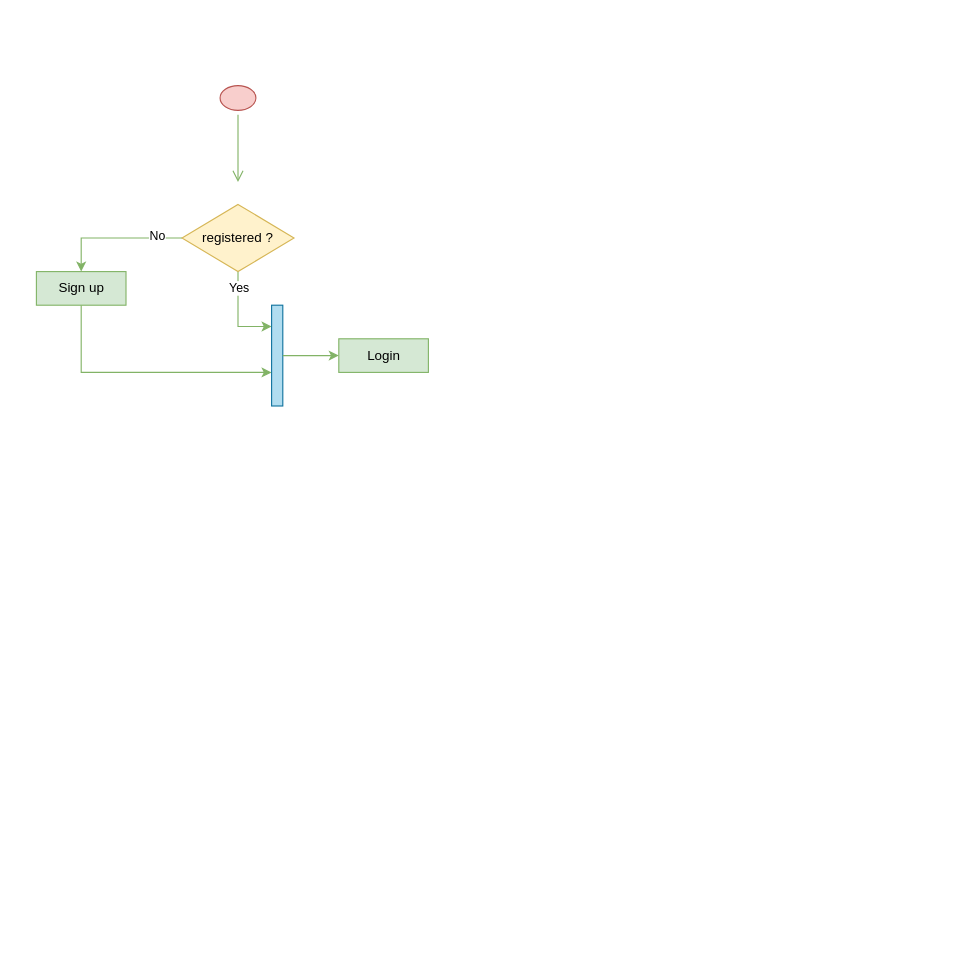
Before: activity_analyst_GBSD.drawio in mabdulrafea101/sohaib_fyp_docs, a draw.io diagram. Source tidied: cells renumbered, new cells numbered last; positions are measured from the earlier drawing's top-left corner, leaving out a move shared by most shapes. Both pictures are drawn from the tidied source at 112%, with x=0, y=0 at pixel (36, 81).
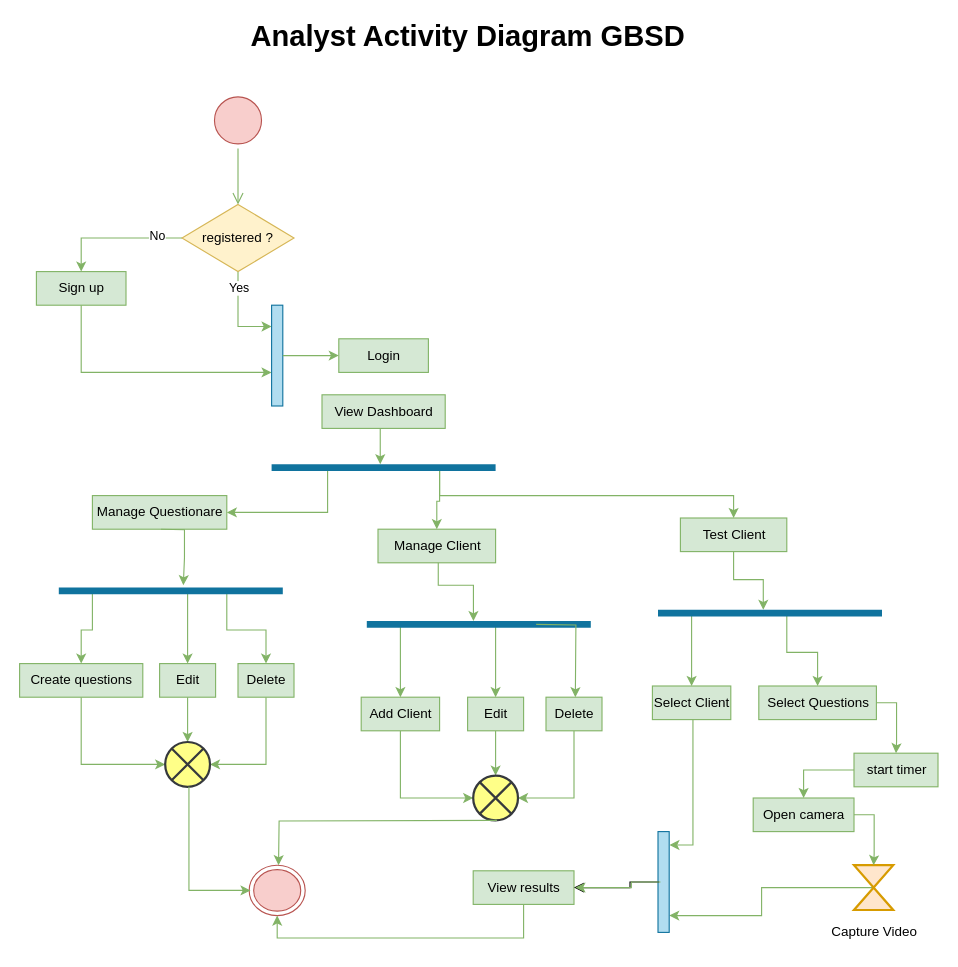
The same diagram, later.

The change refers to these unchanged cells:
```xml
<mxCell id="8" value="registered ?" style="rhombus;whiteSpace=wrap;html=1;fillColor=#fff2cc;strokeColor=#d6b656;" parent="1" vertex="1">
  <mxGeometry x="130" y="110" width="100" height="60" as="geometry" />
</mxCell>
```

The edit, as a diff of the source:
```diff
@@
     <mxCell id="2" style="ellipse;html=1;shape=startState;fillColor=#f8cecc;strokeColor=#b85450;" parent="1" vertex="1">
-      <mxGeometry x="160" width="40" height="30" as="geometry" />
+      <mxGeometry x="155" y="10" width="50" height="50" as="geometry" />
     </mxCell>
-    <mxCell id="3" style="edgeStyle=orthogonalEdgeStyle;html=1;verticalAlign=bottom;endArrow=open;endSize=8;strokeColor=#82b366;rounded=0;fillColor=#d5e8d4;" parent="1" edge="1" source="2">
-      <mxGeometry relative="1" as="geometry">
-        <mxPoint x="180" y="90" as="targetPoint" />
-        <Array as="points">
-          <mxPoint x="180" y="80" />
-        </Array>
-      </mxGeometry>
+    <mxCell id="3" style="edgeStyle=orthogonalEdgeStyle;html=1;verticalAlign=bottom;endArrow=open;endSize=8;strokeColor=#82b366;rounded=0;fillColor=#d5e8d4;exitX=0.5;exitY=1;exitDx=0;exitDy=0;entryX=0.5;entryY=0;entryDx=0;entryDy=0;" parent="1" edge="1" source="2" target="8">
+      <mxGeometry relative="1" as="geometry" />
     </mxCell>
@@
+    <mxCell id="14" style="edgeStyle=orthogonalEdgeStyle;rounded=0;jettySize=auto;html=1;exitX=0.5;exitY=1;exitDx=0;exitDy=0;entryX=0.485;entryY=0.2;entryDx=0;entryDy=0;entryPerimeter=0;fillColor=#d5e8d4;strokeColor=#82b366;" parent="1" edge="1" source="15" target="32">
+      <mxGeometry relative="1" as="geometry" />
+    </mxCell>
+    <mxCell id="15" value="View Dashboard" style="html=1;dashed=0;whitespace=wrap;fillColor=#d5e8d4;strokeColor=#82b366;" parent="1" vertex="1">
+      <mxGeometry x="255" y="280" width="110" height="30" as="geometry" />
+    </mxCell>
+    <mxCell id="16" value="Manage Questionare" style="html=1;dashed=0;whitespace=wrap;fillColor=#d5e8d4;strokeColor=#82b366;" parent="1" vertex="1">
+      <mxGeometry x="50" y="370" width="120" height="30" as="geometry" />
+    </mxCell>
+    <mxCell id="17" style="ellipse;html=1;shape=endState;fillColor=#f8cecc;strokeColor=#b85450;" parent="1" vertex="1">
+      <mxGeometry x="190" y="700" width="50" height="45" as="geometry" />
+    </mxCell>
+    <mxCell id="18" style="edgeStyle=orthogonalEdgeStyle;rounded=0;jettySize=auto;html=1;exitX=0.25;exitY=0.5;exitDx=0;exitDy=0;exitPerimeter=0;fillColor=#d5e8d4;strokeColor=#82b366;" parent="1" edge="1" source="21">
+      <mxGeometry relative="1" as="geometry">
+        <mxPoint x="40" y="520" as="targetPoint" />
+        <Array as="points">
+          <mxPoint x="50" y="455" />
+          <mxPoint x="50" y="490" />
+          <mxPoint x="40" y="490" />
+        </Array>
+      </mxGeometry>
+    </mxCell>
+    <mxCell id="19" style="edgeStyle=orthogonalEdgeStyle;rounded=0;jettySize=auto;html=1;exitX=0.75;exitY=0.5;exitDx=0;exitDy=0;exitPerimeter=0;entryX=0.5;entryY=0;entryDx=0;entryDy=0;fillColor=#d5e8d4;strokeColor=#82b366;" parent="1" edge="1" source="21" target="27">
+      <mxGeometry relative="1" as="geometry" />
+    </mxCell>
+    <mxCell id="20" style="edgeStyle=orthogonalEdgeStyle;rounded=0;jettySize=auto;html=1;exitX=0.25;exitY=0.5;exitDx=0;exitDy=0;exitPerimeter=0;entryX=0.5;entryY=0;entryDx=0;entryDy=0;fillColor=#d5e8d4;strokeColor=#82b366;" parent="1" edge="1" source="21" target="25">
+      <mxGeometry relative="1" as="geometry">
+        <Array as="points">
+          <mxPoint x="135" y="455" />
+        </Array>
+      </mxGeometry>
+    </mxCell>
+    <mxCell id="21" style="shape=line;html=1;strokeWidth=6;strokeColor=#10739e;fillColor=#b1ddf0;" parent="1" vertex="1">
+      <mxGeometry x="20" y="450" width="200" height="10" as="geometry" />
+    </mxCell>
+    <mxCell id="22" style="edgeStyle=orthogonalEdgeStyle;rounded=0;jettySize=auto;html=1;exitX=0.5;exitY=1;exitDx=0;exitDy=0;entryX=0;entryY=0.5;entryDx=0;entryDy=0;entryPerimeter=0;fillColor=#d5e8d4;strokeColor=#82b366;" parent="1" edge="1" source="23" target="28">
+      <mxGeometry relative="1" as="geometry" />
+    </mxCell>
+    <mxCell id="23" value="Create questions" style="html=1;dashed=0;whitespace=wrap;fillColor=#d5e8d4;strokeColor=#82b366;" parent="1" vertex="1">
+      <mxGeometry x="-15" y="520" width="110" height="30" as="geometry" />
+    </mxCell>
+    <mxCell id="24" style="edgeStyle=orthogonalEdgeStyle;rounded=0;jettySize=auto;html=1;exitX=0.5;exitY=1;exitDx=0;exitDy=0;entryX=0.5;entryY=0;entryDx=0;entryDy=0;entryPerimeter=0;fillColor=#d5e8d4;strokeColor=#82b366;" parent="1" edge="1" source="25" target="28">
+      <mxGeometry relative="1" as="geometry" />
+    </mxCell>
+    <mxCell id="25" value="Edit" style="html=1;dashed=0;whitespace=wrap;fillColor=#d5e8d4;strokeColor=#82b366;" parent="1" vertex="1">
+      <mxGeometry x="110" y="520" width="50" height="30" as="geometry" />
+    </mxCell>
+    <mxCell id="26" style="edgeStyle=orthogonalEdgeStyle;rounded=0;jettySize=auto;html=1;exitX=0.5;exitY=1;exitDx=0;exitDy=0;entryX=1;entryY=0.5;entryDx=0;entryDy=0;entryPerimeter=0;fillColor=#d5e8d4;strokeColor=#82b366;" parent="1" edge="1" source="27" target="28">
+      <mxGeometry relative="1" as="geometry" />
+    </mxCell>
+    <mxCell id="27" value="Delete" style="html=1;dashed=0;whitespace=wrap;fillColor=#d5e8d4;strokeColor=#82b366;" parent="1" vertex="1">
+      <mxGeometry x="180" y="520" width="50" height="30" as="geometry" />
+    </mxCell>
+    <mxCell id="28" style="html=1;shape=mxgraph.sysml.flowFinal;strokeWidth=2;verticalLabelPosition=bottom;verticalAlignment=top;fillColor=#ffff88;strokeColor=#36393d;" parent="1" vertex="1">
+      <mxGeometry x="115" y="590" width="40" height="40" as="geometry" />
+    </mxCell>
+    <mxCell id="29" style="edgeStyle=orthogonalEdgeStyle;rounded=0;jettySize=auto;html=1;exitX=0.25;exitY=0.5;exitDx=0;exitDy=0;exitPerimeter=0;entryX=1;entryY=0.5;entryDx=0;entryDy=0;fillColor=#d5e8d4;strokeColor=#82b366;" parent="1" edge="1" source="32" target="16">
+      <mxGeometry relative="1" as="geometry">
+        <Array as="points">
+          <mxPoint x="260" y="385" />
+        </Array>
+      </mxGeometry>
+    </mxCell>
+    <mxCell id="30" style="edgeStyle=orthogonalEdgeStyle;rounded=0;jettySize=auto;html=1;exitX=0.75;exitY=0.5;exitDx=0;exitDy=0;exitPerimeter=0;entryX=0.5;entryY=0;entryDx=0;entryDy=0;fillColor=#d5e8d4;strokeColor=#82b366;" parent="1" edge="1" source="32" target="33">
+      <mxGeometry relative="1" as="geometry" />
+    </mxCell>
+    <mxCell id="31" style="edgeStyle=orthogonalEdgeStyle;rounded=0;jettySize=auto;html=1;exitX=0.75;exitY=0.5;exitDx=0;exitDy=0;exitPerimeter=0;entryX=0.5;entryY=0;entryDx=0;entryDy=0;fillColor=#d5e8d4;strokeColor=#82b366;" parent="1" edge="1" source="32" target="45">
+      <mxGeometry relative="1" as="geometry">
+        <Array as="points">
+          <mxPoint x="360" y="370" />
+          <mxPoint x="623" y="370" />
+        </Array>
+      </mxGeometry>
+    </mxCell>
+    <mxCell id="32" style="shape=line;html=1;strokeWidth=6;strokeColor=#10739e;fillColor=#b1ddf0;" parent="1" vertex="1">
+      <mxGeometry x="210" y="340" width="200" height="10" as="geometry" />
+    </mxCell>
+    <mxCell id="33" value="Manage Client" style="html=1;dashed=0;whitespace=wrap;fillColor=#d5e8d4;strokeColor=#82b366;" parent="1" vertex="1">
+      <mxGeometry x="305" y="400" width="105" height="30" as="geometry" />
+    </mxCell>
+    <mxCell id="34" style="edgeStyle=orthogonalEdgeStyle;rounded=0;jettySize=auto;html=1;exitX=0.25;exitY=0.5;exitDx=0;exitDy=0;exitPerimeter=0;entryX=0.5;entryY=0;entryDx=0;entryDy=0;fillColor=#d5e8d4;strokeColor=#82b366;" parent="1" edge="1" source="36" target="38">
+      <mxGeometry relative="1" as="geometry">
+        <Array as="points">
+          <mxPoint x="325" y="485" />
+        </Array>
+      </mxGeometry>
+    </mxCell>
+    <mxCell id="35" style="edgeStyle=orthogonalEdgeStyle;rounded=0;jettySize=auto;html=1;exitX=0.25;exitY=0.5;exitDx=0;exitDy=0;exitPerimeter=0;entryX=0.5;entryY=0;entryDx=0;entryDy=0;fillColor=#d5e8d4;strokeColor=#82b366;" parent="1" edge="1" source="36" target="40">
+      <mxGeometry relative="1" as="geometry">
+        <Array as="points">
+          <mxPoint x="410" y="485" />
+        </Array>
+      </mxGeometry>
+    </mxCell>
+    <mxCell id="36" style="shape=line;html=1;strokeWidth=6;strokeColor=#10739e;fillColor=#b1ddf0;" parent="1" vertex="1">
+      <mxGeometry x="295" y="480" width="200" height="10" as="geometry" />
+    </mxCell>
+    <mxCell id="37" style="edgeStyle=orthogonalEdgeStyle;rounded=0;jettySize=auto;html=1;exitX=0.5;exitY=1;exitDx=0;exitDy=0;entryX=0;entryY=0.5;entryDx=0;entryDy=0;entryPerimeter=0;fillColor=#d5e8d4;strokeColor=#82b366;" parent="1" edge="1" source="38" target="43">
+      <mxGeometry relative="1" as="geometry" />
+    </mxCell>
+    <mxCell id="38" value="Add Client" style="html=1;dashed=0;whitespace=wrap;fillColor=#d5e8d4;strokeColor=#82b366;" parent="1" vertex="1">
+      <mxGeometry x="290" y="550" width="70" height="30" as="geometry" />
+    </mxCell>
+    <mxCell id="39" style="edgeStyle=orthogonalEdgeStyle;rounded=0;jettySize=auto;html=1;exitX=0.5;exitY=1;exitDx=0;exitDy=0;entryX=0.5;entryY=0;entryDx=0;entryDy=0;entryPerimeter=0;fillColor=#d5e8d4;strokeColor=#82b366;" parent="1" edge="1" source="40" target="43">
+      <mxGeometry relative="1" as="geometry" />
+    </mxCell>
+    <mxCell id="40" value="Edit" style="html=1;dashed=0;whitespace=wrap;fillColor=#d5e8d4;strokeColor=#82b366;" parent="1" vertex="1">
+      <mxGeometry x="385" y="550" width="50" height="30" as="geometry" />
+    </mxCell>
+    <mxCell id="41" style="edgeStyle=orthogonalEdgeStyle;rounded=0;jettySize=auto;html=1;exitX=0.5;exitY=1;exitDx=0;exitDy=0;entryX=1;entryY=0.5;entryDx=0;entryDy=0;entryPerimeter=0;fillColor=#d5e8d4;strokeColor=#82b366;" parent="1" edge="1" source="42" target="43">
+      <mxGeometry relative="1" as="geometry" />
+    </mxCell>
+    <mxCell id="42" value="Delete" style="html=1;dashed=0;whitespace=wrap;fillColor=#d5e8d4;strokeColor=#82b366;" parent="1" vertex="1">
+      <mxGeometry x="455" y="550" width="50" height="30" as="geometry" />
+    </mxCell>
+    <mxCell id="43" style="html=1;shape=mxgraph.sysml.flowFinal;strokeWidth=2;verticalLabelPosition=bottom;verticalAlignment=top;fillColor=#ffff88;strokeColor=#36393d;" parent="1" vertex="1">
+      <mxGeometry x="390" y="620" width="40" height="40" as="geometry" />
+    </mxCell>
+    <mxCell id="44" style="edgeStyle=orthogonalEdgeStyle;rounded=0;jettySize=auto;html=1;exitX=0.5;exitY=1;exitDx=0;exitDy=0;entryX=0.47;entryY=0.2;entryDx=0;entryDy=0;entryPerimeter=0;fillColor=#d5e8d4;strokeColor=#82b366;" parent="1" edge="1" source="45" target="48">
+      <mxGeometry relative="1" as="geometry" />
+    </mxCell>
+    <mxCell id="45" value="Test Client" style="html=1;dashed=0;whitespace=wrap;fillColor=#d5e8d4;strokeColor=#82b366;" parent="1" vertex="1">
+      <mxGeometry x="575" y="390" width="95" height="30" as="geometry" />
+    </mxCell>
+    <mxCell id="46" style="edgeStyle=orthogonalEdgeStyle;rounded=0;jettySize=auto;html=1;exitX=0.25;exitY=0.5;exitDx=0;exitDy=0;exitPerimeter=0;entryX=0.5;entryY=0;entryDx=0;entryDy=0;fillColor=#d5e8d4;strokeColor=#82b366;" parent="1" edge="1" source="48" target="49">
+      <mxGeometry relative="1" as="geometry">
+        <Array as="points">
+          <mxPoint x="585" y="475" />
+        </Array>
+      </mxGeometry>
+    </mxCell>
+    <mxCell id="47" style="edgeStyle=orthogonalEdgeStyle;rounded=0;jettySize=auto;html=1;exitX=0.25;exitY=0.5;exitDx=0;exitDy=0;exitPerimeter=0;entryX=0.5;entryY=0;entryDx=0;entryDy=0;fillColor=#d5e8d4;strokeColor=#82b366;" parent="1" edge="1" source="48" target="51">
+      <mxGeometry relative="1" as="geometry">
+        <Array as="points">
+          <mxPoint x="670" y="475" />
+          <mxPoint x="670" y="510" />
+          <mxPoint x="698" y="510" />
+        </Array>
+      </mxGeometry>
+    </mxCell>
+    <mxCell id="48" style="shape=line;html=1;strokeWidth=6;strokeColor=#10739e;fillColor=#b1ddf0;" parent="1" vertex="1">
+      <mxGeometry x="555" y="470" width="200" height="10" as="geometry" />
+    </mxCell>
+    <mxCell id="49" value="Select Client" style="html=1;dashed=0;whitespace=wrap;fillColor=#d5e8d4;strokeColor=#82b366;" parent="1" vertex="1">
+      <mxGeometry x="550" y="540" width="70" height="30" as="geometry" />
+    </mxCell>
+    <mxCell id="50" style="edgeStyle=orthogonalEdgeStyle;rounded=0;jettySize=auto;html=1;exitX=1;exitY=0.5;exitDx=0;exitDy=0;entryX=0.5;entryY=0;entryDx=0;entryDy=0;fillColor=#d5e8d4;strokeColor=#82b366;" parent="1" edge="1" source="51" target="53">
+      <mxGeometry relative="1" as="geometry">
+        <Array as="points">
+          <mxPoint x="768" y="555" />
+          <mxPoint x="768" y="590" />
+        </Array>
+      </mxGeometry>
+    </mxCell>
+    <mxCell id="51" value="Select Questions" style="html=1;dashed=0;whitespace=wrap;fillColor=#d5e8d4;strokeColor=#82b366;" parent="1" vertex="1">
+      <mxGeometry x="645" y="540" width="105" height="30" as="geometry" />
+    </mxCell>
+    <mxCell id="52" style="edgeStyle=orthogonalEdgeStyle;rounded=0;jettySize=auto;html=1;exitX=0;exitY=0.5;exitDx=0;exitDy=0;entryX=0.5;entryY=0;entryDx=0;entryDy=0;fillColor=#d5e8d4;strokeColor=#82b366;" parent="1" edge="1" source="53" target="57">
+      <mxGeometry relative="1" as="geometry" />
+    </mxCell>
+    <mxCell id="53" value="start timer" style="html=1;dashed=0;whitespace=wrap;fillColor=#d5e8d4;strokeColor=#82b366;" parent="1" vertex="1">
+      <mxGeometry x="730" y="600" width="75" height="30" as="geometry" />
+    </mxCell>
+    <mxCell id="54" style="edgeStyle=orthogonalEdgeStyle;rounded=0;jettySize=auto;html=1;exitX=0.5;exitY=0.5;exitDx=0;exitDy=0;exitPerimeter=0;entryX=1;entryY=0.833;entryDx=0;entryDy=0;entryPerimeter=0;fillColor=#d5e8d4;strokeColor=#82b366;" parent="1" edge="1" source="55" target="58">
+      <mxGeometry relative="1" as="geometry" />
+    </mxCell>
+    <mxCell id="55" value="Capture Video" style="html=1;shape=mxgraph.sysml.timeEvent;strokeWidth=2;verticalLabelPosition=bottom;verticalAlignment=top;fillColor=#ffe6cc;strokeColor=#d79b00;" parent="1" vertex="1">
+      <mxGeometry x="730" y="700" width="35" height="40" as="geometry" />
+    </mxCell>
+    <mxCell id="56" style="edgeStyle=orthogonalEdgeStyle;rounded=0;jettySize=auto;html=1;exitX=1;exitY=0.5;exitDx=0;exitDy=0;entryX=0.5;entryY=0;entryDx=0;entryDy=0;entryPerimeter=0;fillColor=#d5e8d4;strokeColor=#82b366;" parent="1" edge="1" source="57" target="55">
+      <mxGeometry relative="1" as="geometry">
+        <Array as="points">
+          <mxPoint x="748" y="655" />
+          <mxPoint x="748" y="690" />
+        </Array>
+      </mxGeometry>
+    </mxCell>
+    <mxCell id="57" value="Open camera" style="html=1;dashed=0;whitespace=wrap;fillColor=#d5e8d4;strokeColor=#82b366;" parent="1" vertex="1">
+      <mxGeometry x="640" y="640" width="90" height="30" as="geometry" />
+    </mxCell>
+    <mxCell id="58" style="html=1;points=[];perimeter=orthogonalPerimeter;fillColor=#b1ddf0;strokeColor=#10739e;" parent="1" vertex="1">
+      <mxGeometry x="555" y="670" width="10" height="90" as="geometry" />
+    </mxCell>
+    <mxCell id="59" style="edgeStyle=orthogonalEdgeStyle;rounded=0;jettySize=auto;html=1;exitX=0.5;exitY=1;exitDx=0;exitDy=0;entryX=0.5;entryY=1;entryDx=0;entryDy=0;fillColor=#d5e8d4;strokeColor=#82b366;" parent="1" edge="1" source="60" target="17">
+      <mxGeometry relative="1" as="geometry" />
+    </mxCell>
+    <mxCell id="60" value="View results" style="html=1;dashed=0;whitespace=wrap;fillColor=#d5e8d4;strokeColor=#82b366;" parent="1" vertex="1">
+      <mxGeometry x="390" y="705" width="90" height="30" as="geometry" />
+    </mxCell>
+    <mxCell id="61" style="edgeStyle=orthogonalEdgeStyle;rounded=0;jettySize=auto;html=1;exitX=0.1;exitY=0.5;exitDx=0;exitDy=0;entryX=1;entryY=0.5;entryDx=0;entryDy=0;exitPerimeter=0;" parent="1" edge="1" source="58" target="60">
+      <mxGeometry relative="1" as="geometry">
+        <Array as="points">
+          <mxPoint x="530" y="715" />
+          <mxPoint x="530" y="720" />
+        </Array>
+      </mxGeometry>
+    </mxCell>
+    <mxCell id="62" value="&lt;font style=&quot;font-size: 26px&quot;&gt;&lt;b&gt;Analyst Activity Diagram GBSD&lt;/b&gt;&lt;/font&gt;" style="text;html=1;align=center;verticalAlign=middle;strokeColor=none;fillColor=none;" parent="1" vertex="1">
+      <mxGeometry x="185" y="-50" width="400" height="20" as="geometry" />
+    </mxCell>
+    <mxCell id="63" style="edgeStyle=orthogonalEdgeStyle;rounded=0;orthogonalLoop=1;jettySize=auto;html=1;exitX=0.5;exitY=1;exitDx=0;exitDy=0;entryX=0.55;entryY=0;entryDx=0;entryDy=0;entryPerimeter=0;fillColor=#d5e8d4;strokeColor=#82b366;" parent="1" edge="1">
+      <mxGeometry relative="1" as="geometry">
+        <mxPoint x="111.2" y="400" as="sourcePoint" />
+        <mxPoint x="131.2" y="450" as="targetPoint" />
+      </mxGeometry>
+    </mxCell>
+    <mxCell id="64" style="edgeStyle=orthogonalEdgeStyle;rounded=0;orthogonalLoop=1;jettySize=auto;html=1;exitX=0.75;exitY=0.5;exitDx=0;exitDy=0;exitPerimeter=0;entryX=0.5;entryY=0;entryDx=0;entryDy=0;fillColor=#d5e8d4;strokeColor=#82b366;" parent="1" edge="1">
+      <mxGeometry relative="1" as="geometry">
+        <mxPoint x="446.2" y="485" as="sourcePoint" />
+        <mxPoint x="481.2" y="550" as="targetPoint" />
+      </mxGeometry>
+    </mxCell>
+    <mxCell id="65" style="edgeStyle=orthogonalEdgeStyle;rounded=0;orthogonalLoop=1;jettySize=auto;html=1;exitX=0.5;exitY=1;exitDx=0;exitDy=0;entryX=0.47;entryY=0.2;entryDx=0;entryDy=0;entryPerimeter=0;fillColor=#d5e8d4;strokeColor=#82b366;" parent="1" edge="1">
+      <mxGeometry relative="1" as="geometry">
+        <mxPoint x="358.8" y="430" as="sourcePoint" />
+        <mxPoint x="390.2" y="482" as="targetPoint" />
+        <Array as="points">
+          <mxPoint x="359" y="450" />
+          <mxPoint x="390" y="450" />
+        </Array>
+      </mxGeometry>
+    </mxCell>
+    <mxCell id="66" style="edgeStyle=orthogonalEdgeStyle;rounded=0;orthogonalLoop=1;jettySize=auto;html=1;exitX=0.5;exitY=1;exitDx=0;exitDy=0;exitPerimeter=0;entryX=0;entryY=0.5;entryDx=0;entryDy=0;fillColor=#d5e8d4;strokeColor=#82b366;" parent="1" edge="1">
+      <mxGeometry relative="1" as="geometry">
+        <mxPoint x="136.2" y="630" as="sourcePoint" />
+        <mxPoint x="191.2" y="722.5" as="targetPoint" />
+        <Array as="points">
+          <mxPoint x="136" y="723" />
+        </Array>
+      </mxGeometry>
+    </mxCell>
+    <mxCell id="67" style="edgeStyle=orthogonalEdgeStyle;rounded=0;orthogonalLoop=1;jettySize=auto;html=1;exitX=0.5;exitY=1;exitDx=0;exitDy=0;exitPerimeter=0;entryX=0.5;entryY=0;entryDx=0;entryDy=0;fillColor=#d5e8d4;strokeColor=#82b366;" parent="1" edge="1">
+      <mxGeometry relative="1" as="geometry">
+        <mxPoint x="411.2" y="660" as="sourcePoint" />
+        <mxPoint x="216.2" y="700" as="targetPoint" />
+      </mxGeometry>
+    </mxCell>
+    <mxCell id="68" style="edgeStyle=orthogonalEdgeStyle;rounded=0;orthogonalLoop=1;jettySize=auto;html=1;exitX=0.1;exitY=0.5;exitDx=0;exitDy=0;entryX=1;entryY=0.5;entryDx=0;entryDy=0;exitPerimeter=0;fillColor=#d5e8d4;strokeColor=#82b366;" parent="1" edge="1">
+      <mxGeometry relative="1" as="geometry">
+        <mxPoint x="557.2" y="715" as="sourcePoint" />
+        <mxPoint x="481.2" y="720" as="targetPoint" />
+        <Array as="points">
+          <mxPoint x="531.2" y="715" />
+          <mxPoint x="531.2" y="720" />
+        </Array>
+      </mxGeometry>
+    </mxCell>
+    <mxCell id="69" style="edgeStyle=orthogonalEdgeStyle;rounded=0;orthogonalLoop=1;jettySize=auto;html=1;exitX=0.5;exitY=1;exitDx=0;exitDy=0;entryX=0.9;entryY=0.133;entryDx=0;entryDy=0;entryPerimeter=0;fillColor=#d5e8d4;strokeColor=#82b366;" parent="1" edge="1">
+      <mxGeometry relative="1" as="geometry">
+        <mxPoint x="586.2" y="570" as="sourcePoint" />
+        <mxPoint x="565.2" y="682" as="targetPoint" />
+        <Array as="points">
+          <mxPoint x="586.2" y="682" />
+        </Array>
+      </mxGeometry>
+    </mxCell>
```
